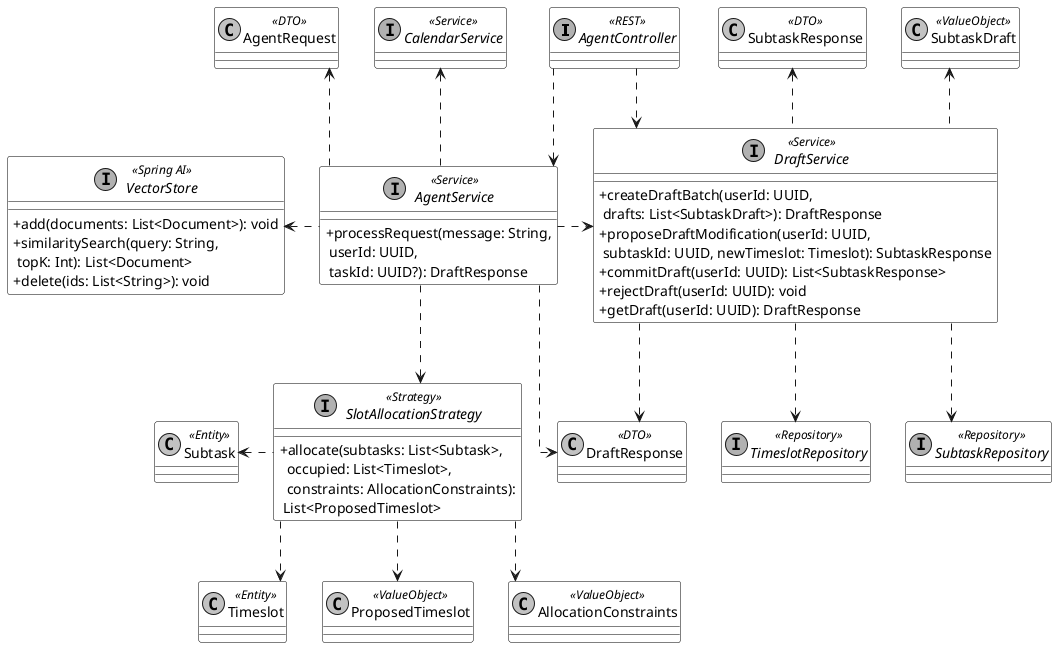
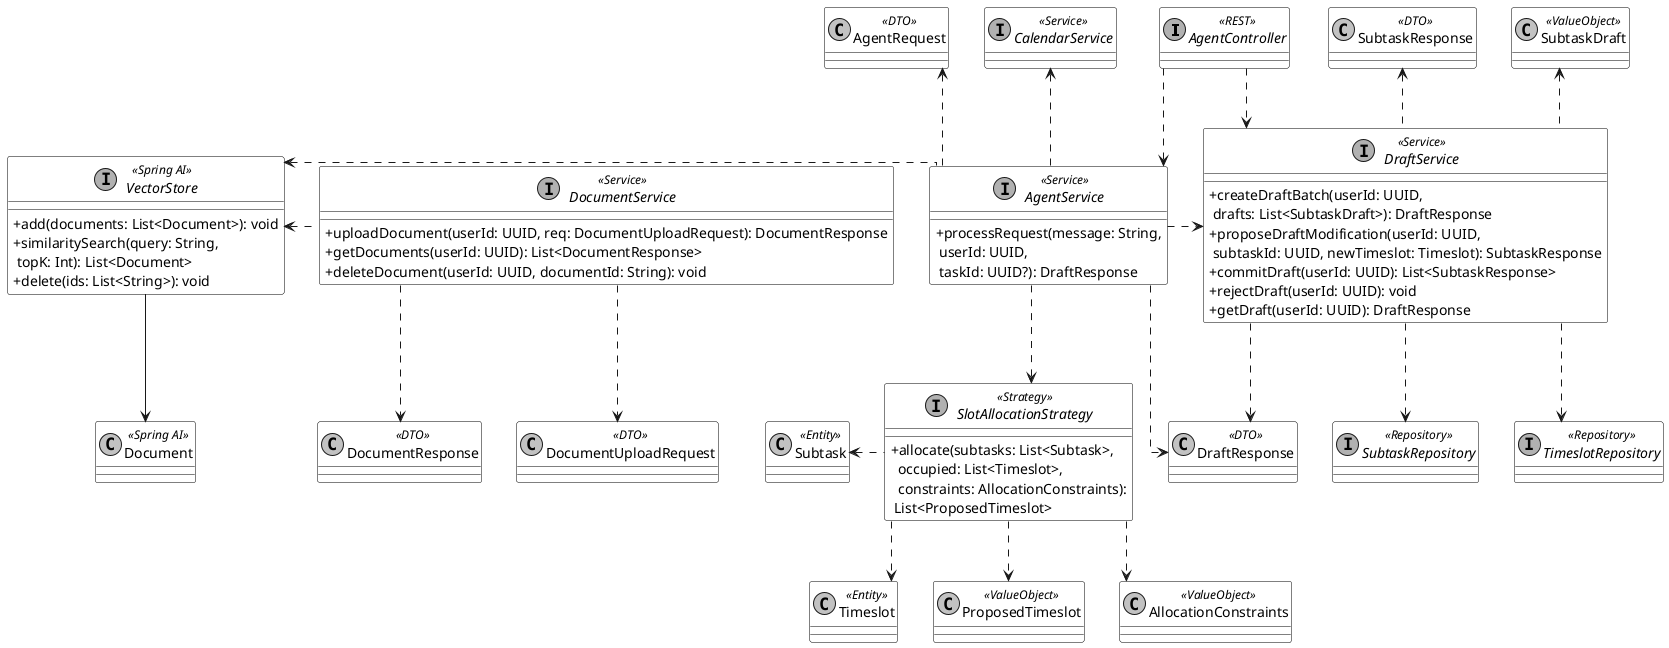
@startuml
skinparam monochrome true
skinparam shadowing false
skinparam defaultFontName Arial
skinparam classAttributeIconSize 0
skinparam linetype ortho
skinparam classBackgroundColor transparent
skinparam classBorderColor black
skinparam classAttributeBackgroundColor transparent
skinparam backgroundColor transparent


interface AgentController <<REST>>
interface CalendarService <<Service>>
interface SubtaskRepository <<Repository>>
interface TimeslotRepository <<Repository>>

class AgentRequest <<DTO>>
class DraftResponse <<DTO>>
class SubtaskResponse <<DTO>>
+ class DocumentUploadRequest <<DTO>>
+ class DocumentResponse <<DTO>>

class Subtask <<Entity>>
class Timeslot <<Entity>>
+ class Document <<Spring AI>>
class SubtaskDraft <<ValueObject>>
class ProposedTimeslot <<ValueObject>>
class AllocationConstraints <<ValueObject>>

interface AgentService <<Service>> {
    + processRequest(message: String,\n userId: UUID,\n taskId: UUID?): DraftResponse
+ }
+ 
+ interface DocumentService <<Service>> {
+     + uploadDocument(userId: UUID, req: DocumentUploadRequest): DocumentResponse
+     + getDocuments(userId: UUID): List<DocumentResponse>
+     + deleteDocument(userId: UUID, documentId: String): void
}

interface DraftService <<Service>> {
    + createDraftBatch(userId: UUID,\n drafts: List<SubtaskDraft>): DraftResponse
    + proposeDraftModification(userId: UUID,\n subtaskId: UUID, newTimeslot: Timeslot): SubtaskResponse
    + commitDraft(userId: UUID): List<SubtaskResponse>
    + rejectDraft(userId: UUID): void
    + getDraft(userId: UUID): DraftResponse
}

interface SlotAllocationStrategy <<Strategy>> {
    + allocate(subtasks: List<Subtask>,\n  occupied: List<Timeslot>,\n  constraints: AllocationConstraints):\n List<ProposedTimeslot>
}

interface VectorStore <<Spring AI>> {
    + add(documents: List<Document>): void
    + similaritySearch(query: String,\n topK: Int): List<Document>
    + delete(ids: List<String>): void
}

AgentController ..> AgentService
AgentController ..> DraftService

AgentService .up.> CalendarService
AgentService .right.> DraftService
AgentService .down.> SlotAllocationStrategy
AgentService .left.> VectorStore
+ DocumentService .left.> VectorStore
+ DocumentService ..> DocumentUploadRequest
+ DocumentService ..> DocumentResponse
+ VectorStore --> Document
AgentService .up.> AgentRequest
AgentService ..> DraftResponse

DraftService ..> SubtaskRepository
DraftService ..> TimeslotRepository
DraftService .up.> SubtaskDraft
DraftService ..> DraftResponse
DraftService .up.> SubtaskResponse

SlotAllocationStrategy .left.> Subtask
SlotAllocationStrategy ..> Timeslot
SlotAllocationStrategy ..> ProposedTimeslot
SlotAllocationStrategy ..> AllocationConstraints

@enduml
